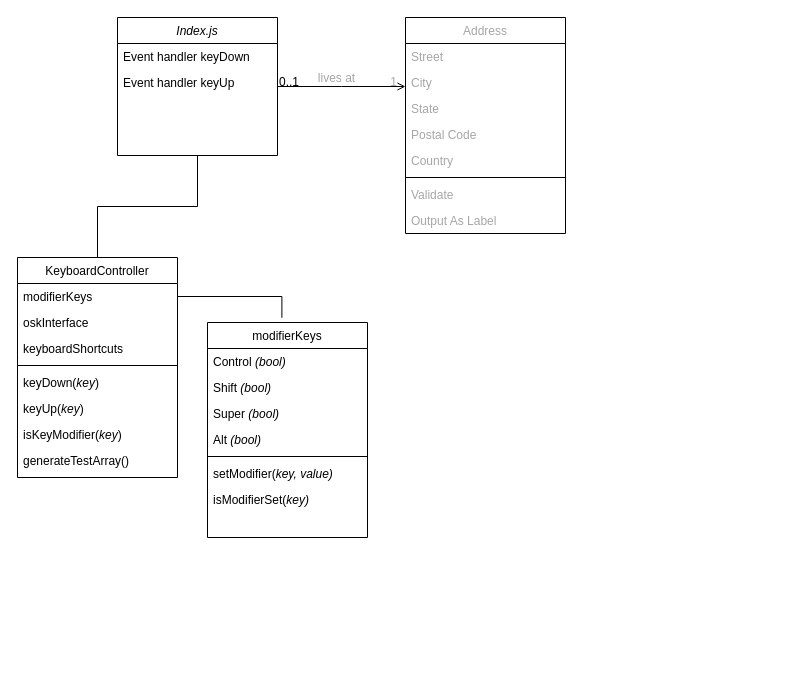
Before: keyboard-visualizer.drawio in Niiisse/keyboard-visualizer, a draw.io diagram. Source tidied: cells renumbered, new cells numbered last; positions are measured from the earlier drawing's top-left corner, leaving out a move shared by most shapes. Both pictures are drawn from the tidied source at 100%, with x=0, y=0 at pixel (17, 17).
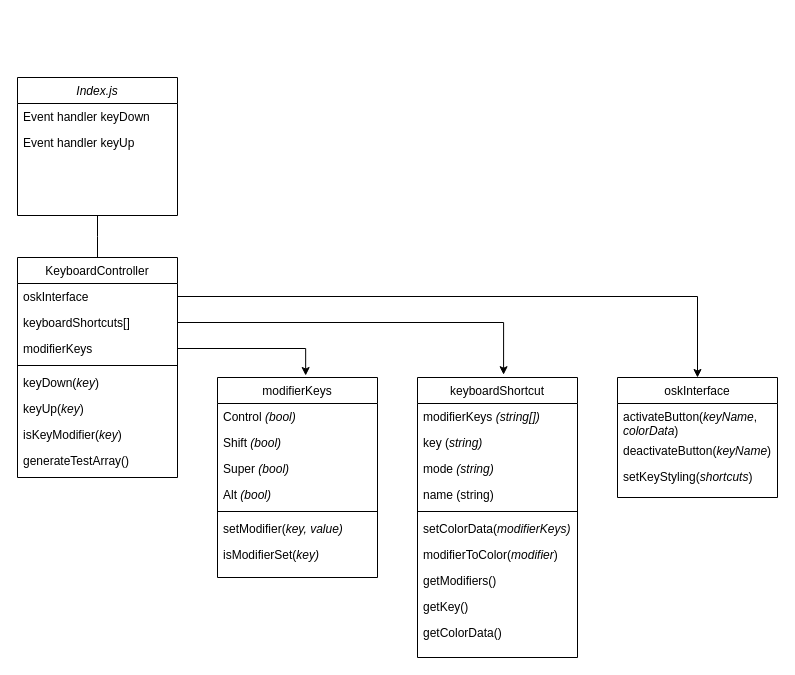
Above is the later version.

Commit message (it also covers changes not shown here):
Started work on mapping keys to a global keymap; updated drawio file

The change refers to these unchanged cells:
```xml
<mxCell id="5" value="KeyboardController" style="swimlane;fontStyle=0;align=center;verticalAlign=top;horizontal=1;startSize=26;rounded=0;shadow=0;strokeWidth=1;fontColor=#000000;" parent="1" vertex="1">
  <mxGeometry y="240" width="160" height="220" as="geometry" />
</mxCell>
```

Change to the diagram source:
```diff
@@
     <mxCell id="2" value="Index.js" style="swimlane;fontStyle=2;align=center;verticalAlign=top;horizontal=1;startSize=26;rounded=0;shadow=0;strokeWidth=1;fontColor=#000000;" parent="1" vertex="1">
-      <mxGeometry x="100" width="160" height="138" as="geometry" />
+      <mxGeometry y="60" width="160" height="138" as="geometry" />
     </mxCell>
@@
-    <mxCell id="6" value="modifierKeys" style="text;align=left;verticalAlign=top;spacingLeft=4;spacingRight=4;overflow=hidden;points=[[0,0.5],[1,0.5]];portConstraint=eastwest;fontColor=#000000;" parent="5" vertex="1">
-      <mxGeometry y="26" width="160" height="26" as="geometry" />
-    </mxCell>
     <mxCell id="7" value="oskInterface" style="text;align=left;verticalAlign=top;spacingLeft=4;spacingRight=4;overflow=hidden;points=[[0,0.5],[1,0.5]];portConstraint=eastwest;rounded=0;shadow=0;html=0;fontColor=#000000;" parent="5" vertex="1">
-      <mxGeometry y="52" width="160" height="26" as="geometry" />
+      <mxGeometry y="26" width="160" height="26" as="geometry" />
     </mxCell>
-    <mxCell id="8" value="keyboardShortcuts" style="text;align=left;verticalAlign=top;spacingLeft=4;spacingRight=4;overflow=hidden;points=[[0,0.5],[1,0.5]];portConstraint=eastwest;rounded=0;shadow=0;html=0;fontColor=#000000;" parent="5" vertex="1">
-      <mxGeometry y="78" width="160" height="26" as="geometry" />
+    <mxCell id="8" value="keyboardShortcuts[]" style="text;align=left;verticalAlign=top;spacingLeft=4;spacingRight=4;overflow=hidden;points=[[0,0.5],[1,0.5]];portConstraint=eastwest;rounded=0;shadow=0;html=0;fontColor=#000000;" parent="5" vertex="1">
+      <mxGeometry y="52" width="160" height="26" as="geometry" />
     </mxCell>
+    <mxCell id="6" value="modifierKeys" style="text;align=left;verticalAlign=top;spacingLeft=4;spacingRight=4;overflow=hidden;points=[[0,0.5],[1,0.5]];portConstraint=eastwest;fontColor=#000000;" parent="5" vertex="1">
+      <mxGeometry y="78" width="160" height="26" as="geometry" />
+    </mxCell>
@@
     <mxCell id="15" value="modifierKeys" style="swimlane;fontStyle=0;align=center;verticalAlign=top;horizontal=1;startSize=26;rounded=0;shadow=0;strokeWidth=1;fontColor=#000000;" parent="1" vertex="1">
-      <mxGeometry x="190" y="305" width="160" height="215" as="geometry" />
+      <mxGeometry x="200" y="360" width="160" height="200" as="geometry" />
     </mxCell>
@@
-    <mxCell id="23" value="Address" style="swimlane;fontStyle=0;align=center;verticalAlign=top;horizontal=1;startSize=26;rounded=0;shadow=0;strokeWidth=1;fontColor=#A6A6A6;" parent="1" vertex="1">
-      <mxGeometry x="388" width="160" height="216" as="geometry" />
-    </mxCell>
-    <mxCell id="24" value="Street" style="text;align=left;verticalAlign=top;spacingLeft=4;spacingRight=4;overflow=hidden;fontColor=#A6A6A6;" parent="23" vertex="1">
-      <mxGeometry y="26" width="160" height="26" as="geometry" />
-    </mxCell>
-    <mxCell id="25" value="City" style="text;align=left;verticalAlign=top;spacingLeft=4;spacingRight=4;overflow=hidden;rounded=0;shadow=0;html=0;fontColor=#A6A6A6;" parent="23" vertex="1">
-      <mxGeometry y="52" width="160" height="26" as="geometry" />
-    </mxCell>
-    <mxCell id="26" value="State" style="text;align=left;verticalAlign=top;spacingLeft=4;spacingRight=4;overflow=hidden;rounded=0;shadow=0;html=0;fontColor=#A6A6A6;" parent="23" vertex="1">
-      <mxGeometry y="78" width="160" height="26" as="geometry" />
-    </mxCell>
-    <mxCell id="27" value="Postal Code" style="text;align=left;verticalAlign=top;spacingLeft=4;spacingRight=4;overflow=hidden;rounded=0;shadow=0;html=0;fontColor=#A6A6A6;" parent="23" vertex="1">
-      <mxGeometry y="104" width="160" height="26" as="geometry" />
-    </mxCell>
-    <mxCell id="28" value="Country" style="text;align=left;verticalAlign=top;spacingLeft=4;spacingRight=4;overflow=hidden;rounded=0;shadow=0;html=0;fontColor=#A6A6A6;" parent="23" vertex="1">
-      <mxGeometry y="130" width="160" height="26" as="geometry" />
-    </mxCell>
-    <mxCell id="29" style="line;html=1;strokeWidth=1;align=left;verticalAlign=middle;spacingTop=-1;spacingLeft=3;spacingRight=3;labelPosition=right;fontColor=#A6A6A6;" parent="23" vertex="1">
-      <mxGeometry y="156" width="160" height="8" as="geometry" />
-    </mxCell>
-    <mxCell id="30" value="Validate" style="text;align=left;verticalAlign=top;spacingLeft=4;spacingRight=4;overflow=hidden;fontColor=#A6A6A6;" parent="23" vertex="1">
-      <mxGeometry y="164" width="160" height="26" as="geometry" />
-    </mxCell>
-    <mxCell id="31" value="Output As Label" style="text;align=left;verticalAlign=top;spacingLeft=4;spacingRight=4;overflow=hidden;fontColor=#A6A6A6;" parent="23" vertex="1">
-      <mxGeometry y="190" width="160" height="26" as="geometry" />
-    </mxCell>
-    <mxCell id="32" style="endArrow=open;shadow=0;strokeWidth=1;rounded=0;endFill=1;edgeStyle=elbowEdgeStyle;elbow=vertical;fontColor=#A6A6A6;" parent="1" edge="1" source="2" target="23">
-      <mxGeometry x="0.5" y="41" relative="1" as="geometry">
-        <mxPoint x="-40" y="32" as="offset" />
-      </mxGeometry>
-    </mxCell>
-    <mxCell id="33" value="0..1" style="align=left;verticalAlign=bottom;labelBackgroundColor=none;fontSize=12;fontColor=#000000;" parent="32" vertex="1">
-      <mxGeometry x="-1" relative="1" as="geometry">
-        <mxPoint y="4" as="offset" />
-      </mxGeometry>
-    </mxCell>
-    <mxCell id="34" value="1" style="align=right;verticalAlign=bottom;labelBackgroundColor=none;fontSize=12;fontColor=#A6A6A6;" parent="32" vertex="1">
-      <mxGeometry x="1" relative="1" as="geometry">
-        <mxPoint x="-7" y="4" as="offset" />
-      </mxGeometry>
-    </mxCell>
-    <mxCell id="35" value="lives at" style="text;html=1;align=center;verticalAlign=middle;labelBackgroundColor=none;rounded=0;shadow=0;strokeWidth=1;fontSize=12;fontColor=#A6A6A6;" parent="32" vertex="1">
-      <mxGeometry x="0.5" y="49" relative="1" as="geometry">
-        <mxPoint x="-38" y="40" as="offset" />
-      </mxGeometry>
-    </mxCell>
-    <mxCell id="36" style="edgeStyle=orthogonalEdgeStyle;rounded=0;jettySize=auto;html=1;fontColor=#000000;endArrow=none;endFill=0;entryX=0.465;entryY=-0.022;entryDx=0;entryDy=0;entryPerimeter=0;" parent="1" edge="1" source="6" target="15">
-      <mxGeometry relative="1" as="geometry" />
+    <mxCell id="36" style="rounded=0;jettySize=auto;html=1;fontColor=#000000;endArrow=classic;endFill=1;edgeStyle=elbowEdgeStyle;elbow=vertical;exitX=1;exitY=0.5;exitDx=0;exitDy=0;entryX=0.551;entryY=-0.01;entryDx=0;entryDy=0;entryPerimeter=0;" parent="1" edge="1" source="6" target="15">
+      <mxGeometry relative="1" as="geometry">
+        <Array as="points">
+          <mxPoint x="180" y="331" />
+        </Array>
+      </mxGeometry>
     </mxCell>
+    <mxCell id="37" value="keyboardShortcut" style="swimlane;fontStyle=0;align=center;verticalAlign=top;horizontal=1;startSize=26;rounded=0;shadow=0;strokeWidth=1;fontColor=#000000;" parent="1" vertex="1">
+      <mxGeometry x="400" y="360" width="160" height="280" as="geometry" />
+    </mxCell>
+    <mxCell id="38" value="modifierKeys&amp;nbsp;&lt;i&gt;(string[])&lt;/i&gt;" style="text;align=left;verticalAlign=top;spacingLeft=4;spacingRight=4;overflow=hidden;fontColor=#000000;html=1;" parent="37" vertex="1">
+      <mxGeometry y="26" width="160" height="26" as="geometry" />
+    </mxCell>
+    <mxCell id="39" value="key (&lt;i&gt;string)&lt;/i&gt;" style="text;align=left;verticalAlign=top;spacingLeft=4;spacingRight=4;overflow=hidden;fontColor=#000000;fontStyle=0;html=1;" parent="37" vertex="1">
+      <mxGeometry y="52" width="160" height="26" as="geometry" />
+    </mxCell>
+    <mxCell id="40" value="mode &lt;i&gt;(string)&lt;/i&gt;" style="text;align=left;verticalAlign=top;spacingLeft=4;spacingRight=4;overflow=hidden;fontColor=#000000;fontStyle=0;html=1;" parent="37" vertex="1">
+      <mxGeometry y="78" width="160" height="26" as="geometry" />
+    </mxCell>
+    <mxCell id="41" value="name (string)" style="text;align=left;verticalAlign=top;spacingLeft=4;spacingRight=4;overflow=hidden;fontColor=#000000;html=1;fontStyle=0;" parent="37" vertex="1">
+      <mxGeometry y="104" width="160" height="26" as="geometry" />
+    </mxCell>
+    <mxCell id="42" style="line;html=1;strokeWidth=1;align=left;verticalAlign=middle;spacingTop=-1;spacingLeft=3;spacingRight=3;labelPosition=right;fontColor=#000000;" parent="37" vertex="1">
+      <mxGeometry y="130" width="160" height="8" as="geometry" />
+    </mxCell>
+    <mxCell id="43" value="setColorData(&lt;i&gt;modifierKeys)&lt;/i&gt;" style="text;align=left;verticalAlign=top;spacingLeft=4;spacingRight=4;overflow=hidden;fontColor=#000000;html=1;fontStyle=0;" parent="37" vertex="1">
+      <mxGeometry y="138" width="160" height="26" as="geometry" />
+    </mxCell>
+    <mxCell id="44" value="modifierToColor(&lt;i&gt;modifier&lt;/i&gt;)&lt;br&gt;" style="text;align=left;verticalAlign=top;spacingLeft=4;spacingRight=4;overflow=hidden;fontColor=#000000;html=1;fontStyle=0;" parent="37" vertex="1">
+      <mxGeometry y="164" width="160" height="26" as="geometry" />
+    </mxCell>
+    <mxCell id="45" value="getModifiers()" style="text;align=left;verticalAlign=top;spacingLeft=4;spacingRight=4;overflow=hidden;fontColor=#000000;html=1;fontStyle=0;" parent="37" vertex="1">
+      <mxGeometry y="190" width="160" height="26" as="geometry" />
+    </mxCell>
+    <mxCell id="46" value="getKey()" style="text;align=left;verticalAlign=top;spacingLeft=4;spacingRight=4;overflow=hidden;fontColor=#000000;html=1;fontStyle=0;" parent="37" vertex="1">
+      <mxGeometry y="216" width="160" height="26" as="geometry" />
+    </mxCell>
+    <mxCell id="47" value="getColorData()" style="text;align=left;verticalAlign=top;spacingLeft=4;spacingRight=4;overflow=hidden;fontColor=#000000;html=1;fontStyle=0;" parent="37" vertex="1">
+      <mxGeometry y="242" width="160" height="26" as="geometry" />
+    </mxCell>
+    <mxCell id="48" value="oskInterface" style="swimlane;fontStyle=0;align=center;verticalAlign=top;horizontal=1;startSize=26;rounded=0;shadow=0;strokeWidth=1;fontColor=#000000;" parent="1" vertex="1">
+      <mxGeometry x="600" y="360" width="160" height="120" as="geometry" />
+    </mxCell>
+    <mxCell id="49" value="activateButton(&lt;i&gt;keyName&lt;/i&gt;, &lt;br&gt;&lt;i&gt;colorData&lt;/i&gt;)" style="text;align=left;verticalAlign=top;spacingLeft=4;spacingRight=4;overflow=hidden;fontColor=#000000;html=1;fontStyle=0;" parent="48" vertex="1">
+      <mxGeometry y="26" width="160" height="34" as="geometry" />
+    </mxCell>
+    <mxCell id="50" value="deactivateButton(&lt;i&gt;keyName&lt;/i&gt;)" style="text;align=left;verticalAlign=top;spacingLeft=4;spacingRight=4;overflow=hidden;fontColor=#000000;html=1;fontStyle=0;" parent="48" vertex="1">
+      <mxGeometry y="60" width="160" height="26" as="geometry" />
+    </mxCell>
+    <mxCell id="51" value="setKeyStyling(&lt;i&gt;shortcuts&lt;/i&gt;)" style="text;align=left;verticalAlign=top;spacingLeft=4;spacingRight=4;overflow=hidden;fontColor=#000000;html=1;fontStyle=0;" parent="48" vertex="1">
+      <mxGeometry y="86" width="160" height="26" as="geometry" />
+    </mxCell>
+    <mxCell id="52" style="edgeStyle=orthogonalEdgeStyle;rounded=0;jumpStyle=gap;jettySize=auto;html=1;entryX=0.538;entryY=-0.01;entryDx=0;entryDy=0;entryPerimeter=0;endArrow=classic;endFill=1;elbow=vertical;exitX=1;exitY=0.5;exitDx=0;exitDy=0;" parent="1" edge="1" source="8" target="37">
+      <mxGeometry relative="1" as="geometry" />
+    </mxCell>
+    <mxCell id="53" style="edgeStyle=orthogonalEdgeStyle;rounded=0;jumpStyle=gap;jettySize=auto;elbow=vertical;html=1;entryX=0.5;entryY=0;entryDx=0;entryDy=0;endArrow=classic;endFill=1;exitX=1;exitY=0.5;exitDx=0;exitDy=0;" parent="1" edge="1" source="7" target="48">
+      <mxGeometry relative="1" as="geometry" />
+    </mxCell>
```
